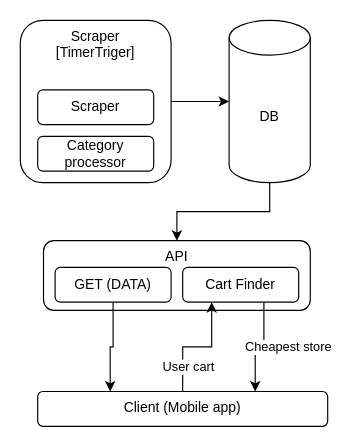
Before: Untitled Diagram.drawio in domanteli0/BlazeCart, a draw.io diagram. Source tidied: cells renumbered, new cells numbered last; positions are measured from the earlier drawing's top-left corner, leaving out a move shared by most shapes. Both pictures are drawn from the tidied source at 116%, with x=0, y=0 at pixel (20, 20).
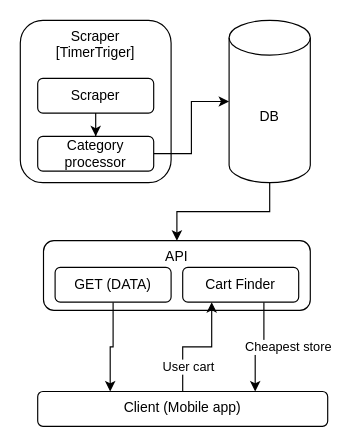
The same diagram, later.

The change refers to these unchanged cells:
```xml
<mxCell id="4" value="Scraper&lt;br&gt;[TimerTriger]" style="rounded=1;whiteSpace=wrap;html=1;verticalAlign=top;" parent="1" vertex="1">
  <mxGeometry width="130" height="140" as="geometry" />
</mxCell>
<mxCell id="6" value="DB" style="shape=cylinder3;whiteSpace=wrap;html=1;boundedLbl=1;backgroundOutline=1;size=15;" parent="1" vertex="1">
  <mxGeometry x="180" width="70" height="140" as="geometry" />
</mxCell>
<mxCell id="16" value="Category&lt;br&gt;processor" style="rounded=1;whiteSpace=wrap;html=1;" parent="1" vertex="1">
  <mxGeometry x="15" y="100" width="100" height="30" as="geometry" />
</mxCell>
```

Change to the diagram source:
```diff
@@
-    <mxCell id="3" style="edgeStyle=orthogonalEdgeStyle;rounded=0;jettySize=auto;html=1;entryX=0;entryY=0.5;entryDx=0;entryDy=0;entryPerimeter=0;" parent="1" edge="1" source="4" target="6">
-      <mxGeometry relative="1" as="geometry" />
-    </mxCell>
@@
+    <mxCell id="17" style="edgeStyle=orthogonalEdgeStyle;rounded=0;jettySize=auto;html=1;entryX=0.5;entryY=0;entryDx=0;entryDy=0;" parent="1" edge="1" source="15" target="16">
+      <mxGeometry relative="1" as="geometry" />
+    </mxCell>
     <mxCell id="15" value="Scraper" style="rounded=1;whiteSpace=wrap;html=1;" parent="1" vertex="1">
-      <mxGeometry x="15" y="60" width="100" height="30" as="geometry" />
+      <mxGeometry x="15" y="50" width="100" height="30" as="geometry" />
     </mxCell>
+    <mxCell id="18" style="edgeStyle=orthogonalEdgeStyle;rounded=0;jettySize=auto;html=1;entryX=0;entryY=0.5;entryDx=0;entryDy=0;entryPerimeter=0;" parent="1" edge="1" source="16" target="6">
+      <mxGeometry relative="1" as="geometry" />
+    </mxCell>
```
